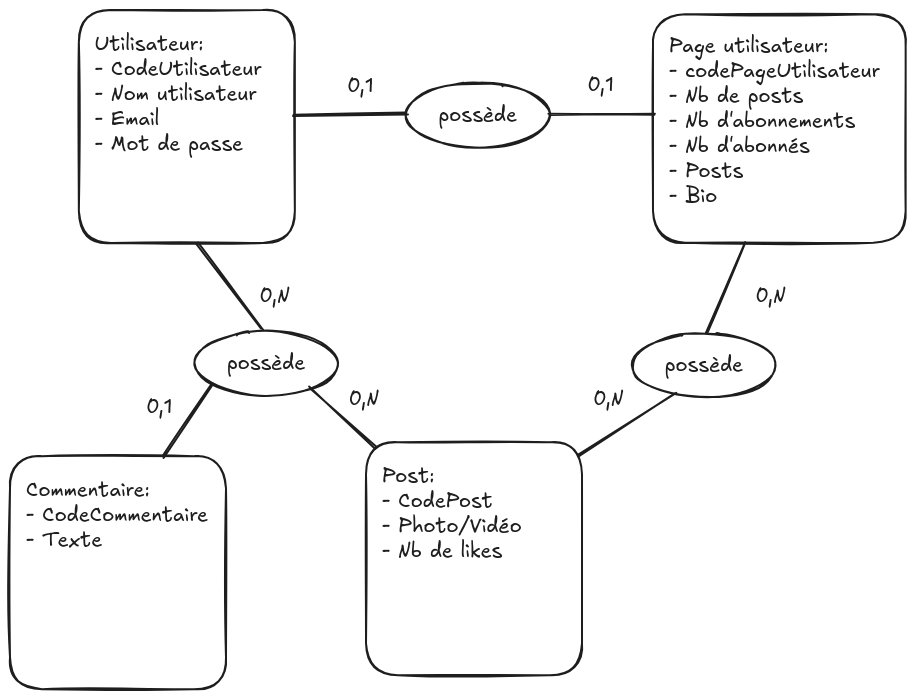
Above: back/docs/mcd.excalidraw.png in kurogami20/Kurogram_V2 (Excalidraw), before the change. Source tidied: one line per element, renumbered; positions are measured from the earlier drawing's top-left corner, leaving out a move shared by most shapes.
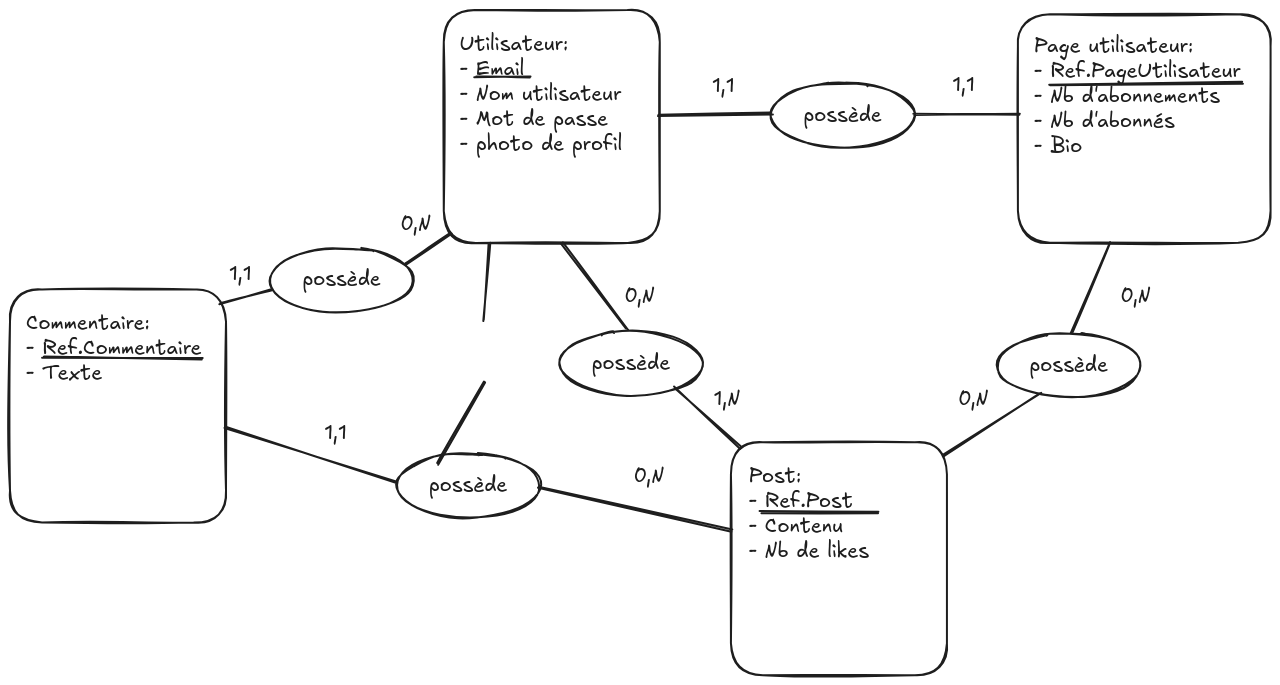
The same diagram one commit later.

Commit message:
route d'ajout de post faite

Change to the diagram source:
```diff
@@ -1,28 +1,36 @@
 {"id": 0, "type": "rectangle", "strokeColor": "#1e1e1e", "strokeWidth": 2, "roughness": 1, "round": true, "x": 69, "y": 0, "width": 216, "height": 233}
-{"id": 1, "type": "text", "text": "Utilisateur:\n- CodeUtilisateur\n- Nom utilisateur\n- Email\n- Mot de passe\n", "strokeColor": "#1e1e1e", "strokeWidth": 2, "roughness": 1, "fontSize": 20, "fontFamily": 5, "x": 85, "y": 22, "width": 167, "height": 150}
+{"id": 1, "type": "text", "text": "Utilisateur:\n- Email\n- Nom utilisateur\n- Mot de passe\n- photo de profil\n", "strokeColor": "#1e1e1e", "strokeWidth": 2, "roughness": 1, "fontSize": 20, "fontFamily": 5, "x": 85, "y": 22, "width": 162, "height": 150}
 {"id": 2, "type": "rectangle", "strokeColor": "#1e1e1e", "strokeWidth": 2, "roughness": 1, "round": true, "x": 643, "y": 4, "width": 253, "height": 229}
-{"id": 3, "type": "text", "text": "Page utilisateur:\n- codePageUtilisateur\n- Nb de posts\n- Nb d'abonnements\n- Nb d'abonnés\n- Posts\n- Bio\n", "strokeColor": "#1e1e1e", "strokeWidth": 2, "roughness": 1, "fontSize": 20, "fontFamily": 5, "x": 659, "y": 24, "width": 211, "height": 200}
+{"id": 3, "type": "text", "text": "Page utilisateur:\n- Ref.PageUtilisateur\n- Nb d'abonnements\n- Nb d'abonnés\n- Bio\n", "strokeColor": "#1e1e1e", "strokeWidth": 2, "roughness": 1, "fontSize": 20, "fontFamily": 5, "x": 659, "y": 24, "width": 207, "height": 150}
 {"id": 4, "type": "rectangle", "strokeColor": "#1e1e1e", "strokeWidth": 2, "roughness": 1, "round": true, "x": 356, "y": 432, "width": 216, "height": 233}
-{"id": 5, "type": "text", "text": "Post:\n- CodePost\n- Photo/Vidéo\n- Nb de likes\n", "strokeColor": "#1e1e1e", "strokeWidth": 2, "roughness": 1, "fontSize": 20, "fontFamily": 5, "x": 372, "y": 454, "width": 140, "height": 125}
+{"id": 5, "type": "text", "text": "Post:\n- Ref.Post\n- Contenu\n- Nb de likes\n", "strokeColor": "#1e1e1e", "strokeWidth": 2, "roughness": 1, "fontSize": 20, "fontFamily": 5, "x": 374, "y": 454, "width": 120, "height": 125}
-{"id": 6, "type": "text", "text": "0,1", "strokeColor": "#1e1e1e", "strokeWidth": 2, "roughness": 1, "fontSize": 20, "fontFamily": 5, "x": 337, "y": 64, "width": 26, "height": 25}
+{"id": 6, "type": "text", "text": "1,1", "strokeColor": "#1e1e1e", "strokeWidth": 2, "roughness": 1, "fontSize": 20, "fontFamily": 5, "x": 337, "y": 64, "width": 22, "height": 25}
-{"id": 7, "type": "text", "text": "0,1", "strokeColor": "#1e1e1e", "strokeWidth": 2, "roughness": 1, "fontSize": 20, "fontFamily": 5, "x": 578, "y": 63, "width": 26, "height": 25}
+{"id": 7, "type": "text", "text": "1,1", "strokeColor": "#1e1e1e", "strokeWidth": 2, "roughness": 1, "fontSize": 20, "fontFamily": 5, "x": 578, "y": 63, "width": 22, "height": 25}
 {"id": 8, "type": "ellipse", "strokeColor": "#1e1e1e", "strokeWidth": 2, "roughness": 1, "round": true, "x": 396, "y": 73, "width": 143, "height": 64}
 {"id": 9, "type": "text", "text": "possède", "strokeColor": "#1e1e1e", "strokeWidth": 2, "roughness": 1, "fontSize": 20, "fontFamily": 5, "textAlign": "center", "verticalAlign": "middle", "inside": 8, "x": 429, "y": 93, "width": 78, "height": 25}
 {"id": 10, "type": "line", "strokeColor": "#1e1e1e", "strokeWidth": 2, "roughness": 1, "round": true, "x": 538, "y": 105, "width": 106, "height": 1, "points": [[0, 0], [106, -1]]}
 {"id": 11, "type": "line", "strokeColor": "#1e1e1e", "strokeWidth": 2, "roughness": 1, "round": true, "x": 396, "y": 103, "width": 113, "height": 2, "points": [[0, 0], [-113, 2]]}
-{"id": 12, "type": "ellipse", "strokeColor": "#1e1e1e", "strokeWidth": 2, "roughness": 1, "round": true, "x": 622, "y": 323, "width": 143, "height": 64}
-{"id": 13, "type": "text", "text": "possède", "strokeColor": "#1e1e1e", "strokeWidth": 2, "roughness": 1, "fontSize": 20, "fontFamily": 5, "textAlign": "center", "verticalAlign": "middle", "inside": 12, "x": 655, "y": 343, "width": 78, "height": 25}
 {"id": 14, "type": "ellipse", "strokeColor": "#1e1e1e", "strokeWidth": 2, "roughness": 1, "round": true, "x": 185, "y": 321, "width": 143, "height": 64}
 {"id": 15, "type": "text", "text": "possède", "strokeColor": "#1e1e1e", "strokeWidth": 2, "roughness": 1, "fontSize": 20, "fontFamily": 5, "textAlign": "center", "verticalAlign": "middle", "inside": 14, "x": 217, "y": 341, "width": 78, "height": 25}
-{"id": 16, "type": "line", "strokeColor": "#1e1e1e", "strokeWidth": 2, "roughness": 1, "round": true, "x": 696, "y": 323, "width": 38, "height": 91, "points": [[0, 0], [38, -91]]}
-{"id": 17, "type": "line", "strokeColor": "#1e1e1e", "strokeWidth": 2, "roughness": 1, "round": true, "x": 665, "y": 383, "width": 97, "height": 62, "points": [[0, 0], [-97, 62]]}
 {"id": 18, "type": "line", "strokeColor": "#1e1e1e", "strokeWidth": 2, "roughness": 1, "round": true, "x": 186, "y": 233, "width": 66, "height": 86, "points": [[0, 0], [66, 86]]}
 {"id": 19, "type": "line", "strokeColor": "#1e1e1e", "strokeWidth": 2, "roughness": 1, "round": true, "x": 366, "y": 438, "width": 67, "height": 60, "points": [[0, 0], [-67, -60]]}
 {"id": 20, "type": "text", "text": "0,N", "strokeColor": "#1e1e1e", "strokeWidth": 2, "roughness": 1, "fontSize": 20, "fontFamily": 5, "x": 250, "y": 274, "width": 30, "height": 25}
-{"id": 21, "type": "text", "text": "0,N", "strokeColor": "#1e1e1e", "strokeWidth": 2, "roughness": 1, "fontSize": 20, "fontFamily": 5, "x": 339, "y": 377, "width": 30, "height": 25}
+{"id": 21, "type": "text", "text": "1,N", "strokeColor": "#1e1e1e", "strokeWidth": 2, "roughness": 1, "fontSize": 20, "fontFamily": 5, "x": 339, "y": 377, "width": 26, "height": 25}
-{"id": 22, "type": "text", "text": "0,N", "strokeColor": "#1e1e1e", "strokeWidth": 2, "roughness": 1, "fontSize": 20, "fontFamily": 5, "x": 583, "y": 377, "width": 30, "height": 25}
-{"id": 23, "type": "text", "text": "0,N", "strokeColor": "#1e1e1e", "strokeWidth": 2, "roughness": 1, "fontSize": 20, "fontFamily": 5, "x": 746, "y": 274, "width": 30, "height": 25}
-{"id": 24, "type": "rectangle", "strokeColor": "#1e1e1e", "strokeWidth": 2, "roughness": 1, "round": true, "x": 0, "y": 446, "width": 216, "height": 233}
+{"id": 24, "type": "rectangle", "strokeColor": "#1e1e1e", "strokeWidth": 2, "roughness": 1, "round": true, "x": -365, "y": 280, "width": 216, "height": 233}
-{"id": 25, "type": "text", "text": "Commentaire:\n- CodeCommentaire\n- Texte\n", "strokeColor": "#1e1e1e", "strokeWidth": 2, "roughness": 1, "fontSize": 20, "fontFamily": 5, "x": 16, "y": 468, "width": 182, "height": 100}
+{"id": 25, "type": "text", "text": "Commentaire:\n- Ref.Commentaire\n- Texte\n", "strokeColor": "#1e1e1e", "strokeWidth": 2, "roughness": 1, "fontSize": 20, "fontFamily": 5, "x": -349, "y": 302, "width": 175, "height": 100}
-{"id": 26, "type": "line", "strokeColor": "#1e1e1e", "strokeWidth": 2, "roughness": 1, "round": true, "x": 203, "y": 373, "width": 49, "height": 74, "points": [[0, 0], [-49, 74]]}
-{"id": 27, "type": "text", "text": "0,1", "strokeColor": "#1e1e1e", "strokeWidth": 2, "roughness": 1, "fontSize": 20, "fontFamily": 5, "x": 136, "y": 385, "width": 26, "height": 25}
+{"id": 27, "type": "text", "text": "1,1", "strokeColor": "#1e1e1e", "strokeWidth": 2, "roughness": 1, "fontSize": 20, "fontFamily": 5, "x": -146, "y": 252, "width": 22, "height": 25}
+{"id": 28, "type": "ellipse", "strokeColor": "#1e1e1e", "strokeWidth": 2, "roughness": 1, "round": true, "x": -105, "y": 238, "width": 143, "height": 64}
+{"id": 29, "type": "text", "text": "possède", "strokeColor": "#1e1e1e", "strokeWidth": 2, "roughness": 1, "fontSize": 20, "fontFamily": 5, "textAlign": "center", "verticalAlign": "middle", "inside": 28, "x": -73, "y": 258, "width": 78, "height": 25}
+{"id": 30, "type": "text", "text": "0,N", "strokeColor": "#1e1e1e", "strokeWidth": 2, "roughness": 1, "fontSize": 20, "fontFamily": 5, "x": 26, "y": 203, "width": 30, "height": 25}
+{"id": 31, "type": "ellipse", "strokeColor": "#1e1e1e", "strokeWidth": 2, "roughness": 1, "round": true, "x": 22, "y": 443, "width": 143, "height": 64}
+{"id": 32, "type": "text", "text": "possède", "strokeColor": "#1e1e1e", "strokeWidth": 2, "roughness": 1, "fontSize": 20, "fontFamily": 5, "textAlign": "center", "verticalAlign": "middle", "inside": 31, "x": 54, "y": 463, "width": 78, "height": 25}
+{"id": 33, "type": "line", "strokeColor": "#1e1e1e", "strokeWidth": 2, "roughness": 1, "round": true, "x": 77, "y": 223, "width": 47, "height": 31, "points": [[0, 0], [-47, 31]]}
+{"id": 34, "type": "line", "strokeColor": "#1e1e1e", "strokeWidth": 2, "roughness": 1, "round": true, "x": -103, "y": 279, "width": 52, "height": 14, "points": [[0, 0], [-52, 14]]}
+{"id": 35, "type": "line", "strokeColor": "#1e1e1e", "strokeWidth": 2, "roughness": 1, "round": true, "x": 21, "y": 472, "width": 170, "height": 55, "points": [[0, 0], [-170, -55]]}
+{"id": 36, "type": "line", "strokeColor": "#1e1e1e", "strokeWidth": 2, "roughness": 1, "round": true, "x": 356, "y": 520, "width": 193, "height": 42, "points": [[0, 0], [-193, -42]]}
+{"id": 37, "type": "text", "text": "0,N", "strokeColor": "#1e1e1e", "strokeWidth": 2, "roughness": 1, "fontSize": 20, "fontFamily": 5, "x": 259, "y": 454, "width": 30, "height": 25}
+{"id": 38, "type": "text", "text": "1,1", "strokeColor": "#1e1e1e", "strokeWidth": 2, "roughness": 1, "fontSize": 20, "fontFamily": 5, "x": -50, "y": 412, "width": 22, "height": 25}
+{"id": 39, "type": "line", "strokeColor": "#1e1e1e", "strokeWidth": 2, "roughness": 1, "round": true, "x": -333, "y": 348, "width": 160, "height": 0, "points": [[0, 0], [160, 0]]}
+{"id": 40, "type": "line", "strokeColor": "#1e1e1e", "strokeWidth": 2, "roughness": 1, "round": true, "x": 385, "y": 502, "width": 117, "height": 0, "points": [[0, 0], [117, 0]]}
+{"id": 41, "type": "line", "strokeColor": "#1e1e1e", "strokeWidth": 2, "roughness": 1, "round": true, "x": 674, "y": 74, "width": 193, "height": 1, "points": [[0, 0], [193, -1]]}
+{"id": 42, "type": "line", "strokeColor": "#1e1e1e", "strokeWidth": 2, "roughness": 1, "round": true, "x": 100, "y": 67, "width": 55, "height": 1, "points": [[0, 0], [55, 1]]}
```
